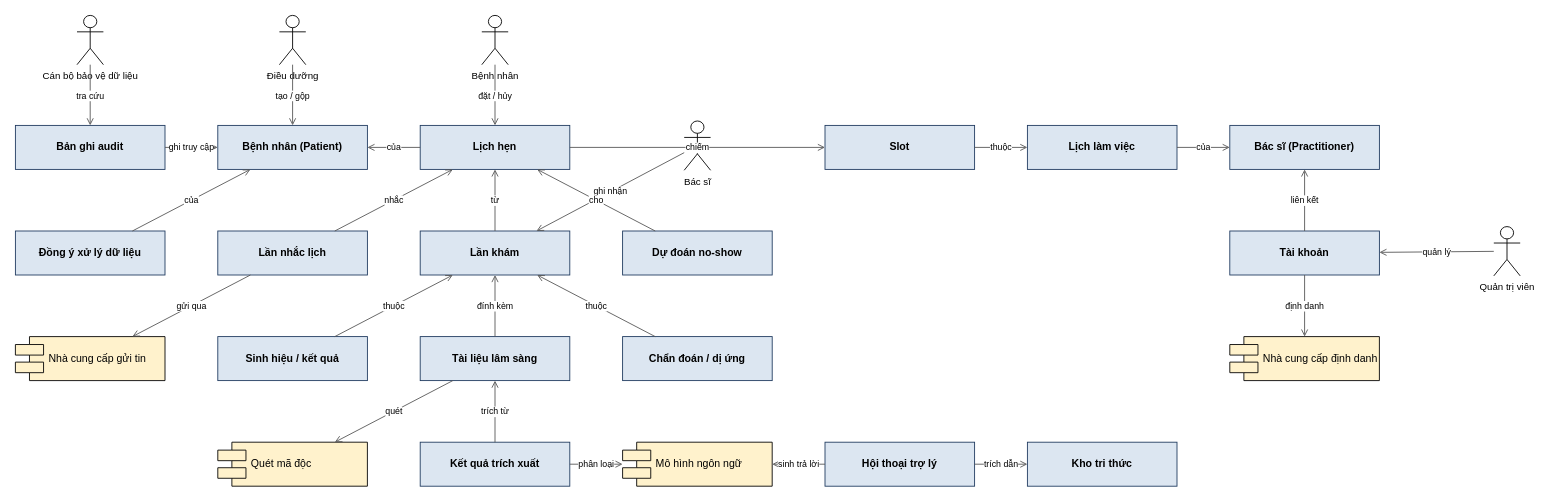
The draw.io diagram docs/02-requirements/srs/dist/diagrams/01-object-relationship.drawio in viethung12062005/smart-hospital-platform, before the edit. Source tidied: cells renumbered, new cells numbered last; positions are measured from the earlier drawing's top-left corner, leaving out a move shared by most shapes. Both pictures are drawn from the tidied source at 88%, with x=0, y=0 at pixel (15, 15).
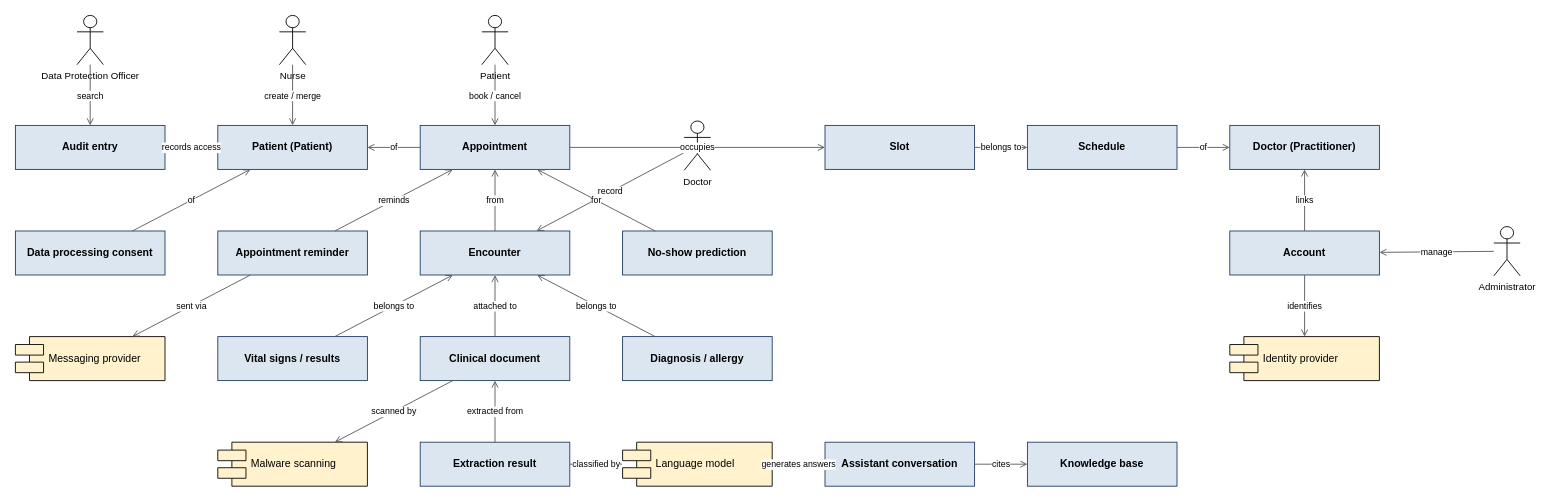
The same diagram, later.

The change refers to these unchanged cells:
```xml
<mxCell id="10" value="Slot" style="rounded=0;whiteSpace=wrap;html=1;fillColor=#DCE6F1;strokeColor=#1F3A5F;fontStyle=1;" parent="1" vertex="1">
  <mxGeometry x="920" y="125" width="170" height="50" as="geometry" />
</mxCell>
```

Diff of the diagram source:
```diff
@@
-    <mxCell id="2" value="Cán bộ bảo vệ dữ liệu" style="shape=umlActor;verticalLabelPosition=bottom;verticalAlign=top;html=1;outlineConnect=0;fontSize=11;" parent="1" vertex="1">
+    <mxCell id="2" value="Data Protection Officer" style="shape=umlActor;verticalLabelPosition=bottom;verticalAlign=top;html=1;outlineConnect=0;fontSize=11;" parent="1" vertex="1">
       <mxGeometry x="70" width="30" height="56" as="geometry" />
     </mxCell>
-    <mxCell id="3" value="Điều dưỡng" style="shape=umlActor;verticalLabelPosition=bottom;verticalAlign=top;html=1;outlineConnect=0;fontSize=11;" parent="1" vertex="1">
+    <mxCell id="3" value="Nurse" style="shape=umlActor;verticalLabelPosition=bottom;verticalAlign=top;html=1;outlineConnect=0;fontSize=11;" parent="1" vertex="1">
       <mxGeometry x="300" width="30" height="56" as="geometry" />
     </mxCell>
-    <mxCell id="4" value="Bệnh nhân" style="shape=umlActor;verticalLabelPosition=bottom;verticalAlign=top;html=1;outlineConnect=0;fontSize=11;" parent="1" vertex="1">
+    <mxCell id="4" value="Patient" style="shape=umlActor;verticalLabelPosition=bottom;verticalAlign=top;html=1;outlineConnect=0;fontSize=11;" parent="1" vertex="1">
       <mxGeometry x="530" width="30" height="56" as="geometry" />
     </mxCell>
-    <mxCell id="5" value="Bác sĩ" style="shape=umlActor;verticalLabelPosition=bottom;verticalAlign=top;html=1;outlineConnect=0;fontSize=11;" parent="1" vertex="1">
+    <mxCell id="5" value="Doctor" style="shape=umlActor;verticalLabelPosition=bottom;verticalAlign=top;html=1;outlineConnect=0;fontSize=11;" parent="1" vertex="1">
       <mxGeometry x="760" y="120" width="30" height="56" as="geometry" />
     </mxCell>
-    <mxCell id="6" value="Quản trị viên" style="shape=umlActor;verticalLabelPosition=bottom;verticalAlign=top;html=1;outlineConnect=0;fontSize=11;" parent="1" vertex="1">
+    <mxCell id="6" value="Administrator" style="shape=umlActor;verticalLabelPosition=bottom;verticalAlign=top;html=1;outlineConnect=0;fontSize=11;" parent="1" vertex="1">
       <mxGeometry x="1680" y="240" width="30" height="56" as="geometry" />
     </mxCell>
-    <mxCell id="7" value="Bản ghi audit" style="rounded=0;whiteSpace=wrap;html=1;fillColor=#DCE6F1;strokeColor=#1F3A5F;fontStyle=1;" parent="1" vertex="1">
+    <mxCell id="7" value="Audit entry" style="rounded=0;whiteSpace=wrap;html=1;fillColor=#DCE6F1;strokeColor=#1F3A5F;fontStyle=1;" parent="1" vertex="1">
       <mxGeometry y="125" width="170" height="50" as="geometry" />
     </mxCell>
-    <mxCell id="8" value="Bệnh nhân (Patient)" style="rounded=0;whiteSpace=wrap;html=1;fillColor=#DCE6F1;strokeColor=#1F3A5F;fontStyle=1;" parent="1" vertex="1">
+    <mxCell id="8" value="Patient (Patient)" style="rounded=0;whiteSpace=wrap;html=1;fillColor=#DCE6F1;strokeColor=#1F3A5F;fontStyle=1;" parent="1" vertex="1">
       <mxGeometry x="230" y="125" width="170" height="50" as="geometry" />
     </mxCell>
-    <mxCell id="9" value="Lịch hẹn" style="rounded=0;whiteSpace=wrap;html=1;fillColor=#DCE6F1;strokeColor=#1F3A5F;fontStyle=1;" parent="1" vertex="1">
+    <mxCell id="9" value="Appointment" style="rounded=0;whiteSpace=wrap;html=1;fillColor=#DCE6F1;strokeColor=#1F3A5F;fontStyle=1;" parent="1" vertex="1">
       <mxGeometry x="460" y="125" width="170" height="50" as="geometry" />
     </mxCell>
@@
-    <mxCell id="11" value="Lịch làm việc" style="rounded=0;whiteSpace=wrap;html=1;fillColor=#DCE6F1;strokeColor=#1F3A5F;fontStyle=1;" parent="1" vertex="1">
+    <mxCell id="11" value="Schedule" style="rounded=0;whiteSpace=wrap;html=1;fillColor=#DCE6F1;strokeColor=#1F3A5F;fontStyle=1;" parent="1" vertex="1">
       <mxGeometry x="1150" y="125" width="170" height="50" as="geometry" />
     </mxCell>
-    <mxCell id="12" value="Bác sĩ (Practitioner)" style="rounded=0;whiteSpace=wrap;html=1;fillColor=#DCE6F1;strokeColor=#1F3A5F;fontStyle=1;" parent="1" vertex="1">
+    <mxCell id="12" value="Doctor (Practitioner)" style="rounded=0;whiteSpace=wrap;html=1;fillColor=#DCE6F1;strokeColor=#1F3A5F;fontStyle=1;" parent="1" vertex="1">
       <mxGeometry x="1380" y="125" width="170" height="50" as="geometry" />
     </mxCell>
-    <mxCell id="13" value="Đồng ý xử lý dữ liệu" style="rounded=0;whiteSpace=wrap;html=1;fillColor=#DCE6F1;strokeColor=#1F3A5F;fontStyle=1;" parent="1" vertex="1">
+    <mxCell id="13" value="Data processing consent" style="rounded=0;whiteSpace=wrap;html=1;fillColor=#DCE6F1;strokeColor=#1F3A5F;fontStyle=1;" parent="1" vertex="1">
       <mxGeometry y="245" width="170" height="50" as="geometry" />
     </mxCell>
-    <mxCell id="14" value="Lần nhắc lịch" style="rounded=0;whiteSpace=wrap;html=1;fillColor=#DCE6F1;strokeColor=#1F3A5F;fontStyle=1;" parent="1" vertex="1">
+    <mxCell id="14" value="Appointment reminder" style="rounded=0;whiteSpace=wrap;html=1;fillColor=#DCE6F1;strokeColor=#1F3A5F;fontStyle=1;" parent="1" vertex="1">
       <mxGeometry x="230" y="245" width="170" height="50" as="geometry" />
     </mxCell>
-    <mxCell id="15" value="Lần khám" style="rounded=0;whiteSpace=wrap;html=1;fillColor=#DCE6F1;strokeColor=#1F3A5F;fontStyle=1;" parent="1" vertex="1">
+    <mxCell id="15" value="Encounter" style="rounded=0;whiteSpace=wrap;html=1;fillColor=#DCE6F1;strokeColor=#1F3A5F;fontStyle=1;" parent="1" vertex="1">
       <mxGeometry x="460" y="245" width="170" height="50" as="geometry" />
     </mxCell>
-    <mxCell id="16" value="Dự đoán no-show" style="rounded=0;whiteSpace=wrap;html=1;fillColor=#DCE6F1;strokeColor=#1F3A5F;fontStyle=1;" parent="1" vertex="1">
+    <mxCell id="16" value="No-show prediction" style="rounded=0;whiteSpace=wrap;html=1;fillColor=#DCE6F1;strokeColor=#1F3A5F;fontStyle=1;" parent="1" vertex="1">
       <mxGeometry x="690" y="245" width="170" height="50" as="geometry" />
     </mxCell>
-    <mxCell id="17" value="Tài khoản" style="rounded=0;whiteSpace=wrap;html=1;fillColor=#DCE6F1;strokeColor=#1F3A5F;fontStyle=1;" parent="1" vertex="1">
+    <mxCell id="17" value="Account" style="rounded=0;whiteSpace=wrap;html=1;fillColor=#DCE6F1;strokeColor=#1F3A5F;fontStyle=1;" parent="1" vertex="1">
       <mxGeometry x="1380" y="245" width="170" height="50" as="geometry" />
     </mxCell>
-    <mxCell id="18" value="Nhà cung cấp gửi tin" style="shape=component;align=left;spacingLeft=36;whiteSpace=wrap;html=1;fillColor=#FFF2CC;" parent="1" vertex="1">
+    <mxCell id="18" value="Messaging provider" style="shape=component;align=left;spacingLeft=36;whiteSpace=wrap;html=1;fillColor=#FFF2CC;" parent="1" vertex="1">
       <mxGeometry y="365" width="170" height="50" as="geometry" />
     </mxCell>
-    <mxCell id="19" value="Sinh hiệu / kết quả" style="rounded=0;whiteSpace=wrap;html=1;fillColor=#DCE6F1;strokeColor=#1F3A5F;fontStyle=1;" parent="1" vertex="1">
+    <mxCell id="19" value="Vital signs / results" style="rounded=0;whiteSpace=wrap;html=1;fillColor=#DCE6F1;strokeColor=#1F3A5F;fontStyle=1;" parent="1" vertex="1">
       <mxGeometry x="230" y="365" width="170" height="50" as="geometry" />
     </mxCell>
-    <mxCell id="20" value="Tài liệu lâm sàng" style="rounded=0;whiteSpace=wrap;html=1;fillColor=#DCE6F1;strokeColor=#1F3A5F;fontStyle=1;" parent="1" vertex="1">
+    <mxCell id="20" value="Clinical document" style="rounded=0;whiteSpace=wrap;html=1;fillColor=#DCE6F1;strokeColor=#1F3A5F;fontStyle=1;" parent="1" vertex="1">
       <mxGeometry x="460" y="365" width="170" height="50" as="geometry" />
     </mxCell>
-    <mxCell id="21" value="Chẩn đoán / dị ứng" style="rounded=0;whiteSpace=wrap;html=1;fillColor=#DCE6F1;strokeColor=#1F3A5F;fontStyle=1;" parent="1" vertex="1">
+    <mxCell id="21" value="Diagnosis / allergy" style="rounded=0;whiteSpace=wrap;html=1;fillColor=#DCE6F1;strokeColor=#1F3A5F;fontStyle=1;" parent="1" vertex="1">
       <mxGeometry x="690" y="365" width="170" height="50" as="geometry" />
     </mxCell>
-    <mxCell id="22" value="Nhà cung cấp định danh" style="shape=component;align=left;spacingLeft=36;whiteSpace=wrap;html=1;fillColor=#FFF2CC;" parent="1" vertex="1">
+    <mxCell id="22" value="Identity provider" style="shape=component;align=left;spacingLeft=36;whiteSpace=wrap;html=1;fillColor=#FFF2CC;" parent="1" vertex="1">
       <mxGeometry x="1380" y="365" width="170" height="50" as="geometry" />
     </mxCell>
-    <mxCell id="23" value="Quét mã độc" style="shape=component;align=left;spacingLeft=36;whiteSpace=wrap;html=1;fillColor=#FFF2CC;" parent="1" vertex="1">
+    <mxCell id="23" value="Malware scanning" style="shape=component;align=left;spacingLeft=36;whiteSpace=wrap;html=1;fillColor=#FFF2CC;" parent="1" vertex="1">
       <mxGeometry x="230" y="485" width="170" height="50" as="geometry" />
     </mxCell>
-    <mxCell id="24" value="Kết quả trích xuất" style="rounded=0;whiteSpace=wrap;html=1;fillColor=#DCE6F1;strokeColor=#1F3A5F;fontStyle=1;" parent="1" vertex="1">
+    <mxCell id="24" value="Extraction result" style="rounded=0;whiteSpace=wrap;html=1;fillColor=#DCE6F1;strokeColor=#1F3A5F;fontStyle=1;" parent="1" vertex="1">
       <mxGeometry x="460" y="485" width="170" height="50" as="geometry" />
     </mxCell>
-    <mxCell id="25" value="Mô hình ngôn ngữ" style="shape=component;align=left;spacingLeft=36;whiteSpace=wrap;html=1;fillColor=#FFF2CC;" parent="1" vertex="1">
+    <mxCell id="25" value="Language model" style="shape=component;align=left;spacingLeft=36;whiteSpace=wrap;html=1;fillColor=#FFF2CC;" parent="1" vertex="1">
       <mxGeometry x="690" y="485" width="170" height="50" as="geometry" />
     </mxCell>
-    <mxCell id="26" value="Hội thoại trợ lý" style="rounded=0;whiteSpace=wrap;html=1;fillColor=#DCE6F1;strokeColor=#1F3A5F;fontStyle=1;" parent="1" vertex="1">
+    <mxCell id="26" value="Assistant conversation" style="rounded=0;whiteSpace=wrap;html=1;fillColor=#DCE6F1;strokeColor=#1F3A5F;fontStyle=1;" parent="1" vertex="1">
       <mxGeometry x="920" y="485" width="170" height="50" as="geometry" />
     </mxCell>
-    <mxCell id="27" value="Kho tri thức" style="rounded=0;whiteSpace=wrap;html=1;fillColor=#DCE6F1;strokeColor=#1F3A5F;fontStyle=1;" parent="1" vertex="1">
+    <mxCell id="27" value="Knowledge base" style="rounded=0;whiteSpace=wrap;html=1;fillColor=#DCE6F1;strokeColor=#1F3A5F;fontStyle=1;" parent="1" vertex="1">
       <mxGeometry x="1150" y="485" width="170" height="50" as="geometry" />
     </mxCell>
-    <mxCell id="28" value="đặt / hủy" style="endArrow=open;html=1;rounded=0;fontSize=10;labelBackgroundColor=#FFFFFF;strokeColor=#555555;" parent="1" edge="1" source="4" target="9">
+    <mxCell id="28" value="book / cancel" style="endArrow=open;html=1;rounded=0;fontSize=10;labelBackgroundColor=#FFFFFF;strokeColor=#555555;" parent="1" edge="1" source="4" target="9">
       <mxGeometry relative="1" as="geometry" />
     </mxCell>
-    <mxCell id="29" value="tạo / gộp" style="endArrow=open;html=1;rounded=0;fontSize=10;labelBackgroundColor=#FFFFFF;strokeColor=#555555;" parent="1" edge="1" source="3" target="8">
+    <mxCell id="29" value="create / merge" style="endArrow=open;html=1;rounded=0;fontSize=10;labelBackgroundColor=#FFFFFF;strokeColor=#555555;" parent="1" edge="1" source="3" target="8">
       <mxGeometry relative="1" as="geometry" />
     </mxCell>
-    <mxCell id="30" value="ghi nhận" style="endArrow=open;html=1;rounded=0;fontSize=10;labelBackgroundColor=#FFFFFF;strokeColor=#555555;" parent="1" edge="1" source="5" target="15">
+    <mxCell id="30" value="record" style="endArrow=open;html=1;rounded=0;fontSize=10;labelBackgroundColor=#FFFFFF;strokeColor=#555555;" parent="1" edge="1" source="5" target="15">
       <mxGeometry relative="1" as="geometry" />
     </mxCell>
-    <mxCell id="31" value="quản lý" style="endArrow=open;html=1;rounded=0;fontSize=10;labelBackgroundColor=#FFFFFF;strokeColor=#555555;" parent="1" edge="1" source="6" target="17">
+    <mxCell id="31" value="manage" style="endArrow=open;html=1;rounded=0;fontSize=10;labelBackgroundColor=#FFFFFF;strokeColor=#555555;" parent="1" edge="1" source="6" target="17">
       <mxGeometry relative="1" as="geometry" />
     </mxCell>
-    <mxCell id="32" value="tra cứu" style="endArrow=open;html=1;rounded=0;fontSize=10;labelBackgroundColor=#FFFFFF;strokeColor=#555555;" parent="1" edge="1" source="2" target="7">
+    <mxCell id="32" value="search" style="endArrow=open;html=1;rounded=0;fontSize=10;labelBackgroundColor=#FFFFFF;strokeColor=#555555;" parent="1" edge="1" source="2" target="7">
       <mxGeometry relative="1" as="geometry" />
     </mxCell>
-    <mxCell id="33" value="của" style="endArrow=open;html=1;rounded=0;fontSize=10;labelBackgroundColor=#FFFFFF;strokeColor=#555555;" parent="1" edge="1" source="9" target="8">
+    <mxCell id="33" value="of" style="endArrow=open;html=1;rounded=0;fontSize=10;labelBackgroundColor=#FFFFFF;strokeColor=#555555;" parent="1" edge="1" source="9" target="8">
       <mxGeometry relative="1" as="geometry" />
     </mxCell>
-    <mxCell id="34" value="chiếm" style="endArrow=open;html=1;rounded=0;fontSize=10;labelBackgroundColor=#FFFFFF;strokeColor=#555555;" parent="1" edge="1" source="9" target="10">
+    <mxCell id="34" value="occupies" style="endArrow=open;html=1;rounded=0;fontSize=10;labelBackgroundColor=#FFFFFF;strokeColor=#555555;" parent="1" edge="1" source="9" target="10">
       <mxGeometry relative="1" as="geometry" />
     </mxCell>
-    <mxCell id="35" value="thuộc" style="endArrow=open;html=1;rounded=0;fontSize=10;labelBackgroundColor=#FFFFFF;strokeColor=#555555;" parent="1" edge="1" source="10" target="11">
+    <mxCell id="35" value="belongs to" style="endArrow=open;html=1;rounded=0;fontSize=10;labelBackgroundColor=#FFFFFF;strokeColor=#555555;" parent="1" edge="1" source="10" target="11">
       <mxGeometry relative="1" as="geometry" />
     </mxCell>
-    <mxCell id="36" value="của" style="endArrow=open;html=1;rounded=0;fontSize=10;labelBackgroundColor=#FFFFFF;strokeColor=#555555;" parent="1" edge="1" source="11" target="12">
+    <mxCell id="36" value="of" style="endArrow=open;html=1;rounded=0;fontSize=10;labelBackgroundColor=#FFFFFF;strokeColor=#555555;" parent="1" edge="1" source="11" target="12">
       <mxGeometry relative="1" as="geometry" />
     </mxCell>
-    <mxCell id="37" value="của" style="endArrow=open;html=1;rounded=0;fontSize=10;labelBackgroundColor=#FFFFFF;strokeColor=#555555;" parent="1" edge="1" source="13" target="8">
+    <mxCell id="37" value="of" style="endArrow=open;html=1;rounded=0;fontSize=10;labelBackgroundColor=#FFFFFF;strokeColor=#555555;" parent="1" edge="1" source="13" target="8">
       <mxGeometry relative="1" as="geometry" />
     </mxCell>
-    <mxCell id="38" value="từ" style="endArrow=open;html=1;rounded=0;fontSize=10;labelBackgroundColor=#FFFFFF;strokeColor=#555555;" parent="1" edge="1" source="15" target="9">
+    <mxCell id="38" value="from" style="endArrow=open;html=1;rounded=0;fontSize=10;labelBackgroundColor=#FFFFFF;strokeColor=#555555;" parent="1" edge="1" source="15" target="9">
       <mxGeometry relative="1" as="geometry" />
     </mxCell>
-    <mxCell id="39" value="thuộc" style="endArrow=open;html=1;rounded=0;fontSize=10;labelBackgroundColor=#FFFFFF;strokeColor=#555555;" parent="1" edge="1" source="19" target="15">
+    <mxCell id="39" value="belongs to" style="endArrow=open;html=1;rounded=0;fontSize=10;labelBackgroundColor=#FFFFFF;strokeColor=#555555;" parent="1" edge="1" source="19" target="15">
       <mxGeometry relative="1" as="geometry" />
     </mxCell>
-    <mxCell id="40" value="thuộc" style="endArrow=open;html=1;rounded=0;fontSize=10;labelBackgroundColor=#FFFFFF;strokeColor=#555555;" parent="1" edge="1" source="21" target="15">
+    <mxCell id="40" value="belongs to" style="endArrow=open;html=1;rounded=0;fontSize=10;labelBackgroundColor=#FFFFFF;strokeColor=#555555;" parent="1" edge="1" source="21" target="15">
       <mxGeometry relative="1" as="geometry" />
     </mxCell>
-    <mxCell id="41" value="liên kết" style="endArrow=open;html=1;rounded=0;fontSize=10;labelBackgroundColor=#FFFFFF;strokeColor=#555555;" parent="1" edge="1" source="17" target="12">
+    <mxCell id="41" value="links" style="endArrow=open;html=1;rounded=0;fontSize=10;labelBackgroundColor=#FFFFFF;strokeColor=#555555;" parent="1" edge="1" source="17" target="12">
       <mxGeometry relative="1" as="geometry" />
     </mxCell>
-    <mxCell id="42" value="định danh" style="endArrow=open;html=1;rounded=0;fontSize=10;labelBackgroundColor=#FFFFFF;strokeColor=#555555;" parent="1" edge="1" source="17" target="22">
+    <mxCell id="42" value="identifies" style="endArrow=open;html=1;rounded=0;fontSize=10;labelBackgroundColor=#FFFFFF;strokeColor=#555555;" parent="1" edge="1" source="17" target="22">
       <mxGeometry relative="1" as="geometry" />
     </mxCell>
-    <mxCell id="43" value="nhắc" style="endArrow=open;html=1;rounded=0;fontSize=10;labelBackgroundColor=#FFFFFF;strokeColor=#555555;" parent="1" edge="1" source="14" target="9">
+    <mxCell id="43" value="reminds" style="endArrow=open;html=1;rounded=0;fontSize=10;labelBackgroundColor=#FFFFFF;strokeColor=#555555;" parent="1" edge="1" source="14" target="9">
       <mxGeometry relative="1" as="geometry" />
     </mxCell>
-    <mxCell id="44" value="gửi qua" style="endArrow=open;html=1;rounded=0;fontSize=10;labelBackgroundColor=#FFFFFF;strokeColor=#555555;" parent="1" edge="1" source="14" target="18">
+    <mxCell id="44" value="sent via" style="endArrow=open;html=1;rounded=0;fontSize=10;labelBackgroundColor=#FFFFFF;strokeColor=#555555;" parent="1" edge="1" source="14" target="18">
       <mxGeometry relative="1" as="geometry" />
     </mxCell>
-    <mxCell id="45" value="đính kèm" style="endArrow=open;html=1;rounded=0;fontSize=10;labelBackgroundColor=#FFFFFF;strokeColor=#555555;" parent="1" edge="1" source="20" target="15">
+    <mxCell id="45" value="attached to" style="endArrow=open;html=1;rounded=0;fontSize=10;labelBackgroundColor=#FFFFFF;strokeColor=#555555;" parent="1" edge="1" source="20" target="15">
       <mxGeometry relative="1" as="geometry" />
     </mxCell>
-    <mxCell id="46" value="quét" style="endArrow=open;html=1;rounded=0;fontSize=10;labelBackgroundColor=#FFFFFF;strokeColor=#555555;" parent="1" edge="1" source="20" target="23">
+    <mxCell id="46" value="scanned by" style="endArrow=open;html=1;rounded=0;fontSize=10;labelBackgroundColor=#FFFFFF;strokeColor=#555555;" parent="1" edge="1" source="20" target="23">
       <mxGeometry relative="1" as="geometry" />
     </mxCell>
-    <mxCell id="47" value="trích từ" style="endArrow=open;html=1;rounded=0;fontSize=10;labelBackgroundColor=#FFFFFF;strokeColor=#555555;" parent="1" edge="1" source="24" target="20">
+    <mxCell id="47" value="extracted from" style="endArrow=open;html=1;rounded=0;fontSize=10;labelBackgroundColor=#FFFFFF;strokeColor=#555555;" parent="1" edge="1" source="24" target="20">
       <mxGeometry relative="1" as="geometry" />
     </mxCell>
-    <mxCell id="48" value="phân loại" style="endArrow=open;html=1;rounded=0;fontSize=10;labelBackgroundColor=#FFFFFF;strokeColor=#555555;" parent="1" edge="1" source="24" target="25">
+    <mxCell id="48" value="classified by" style="endArrow=open;html=1;rounded=0;fontSize=10;labelBackgroundColor=#FFFFFF;strokeColor=#555555;" parent="1" edge="1" source="24" target="25">
       <mxGeometry relative="1" as="geometry" />
     </mxCell>
-    <mxCell id="49" value="cho" style="endArrow=open;html=1;rounded=0;fontSize=10;labelBackgroundColor=#FFFFFF;strokeColor=#555555;" parent="1" edge="1" source="16" target="9">
+    <mxCell id="49" value="for" style="endArrow=open;html=1;rounded=0;fontSize=10;labelBackgroundColor=#FFFFFF;strokeColor=#555555;" parent="1" edge="1" source="16" target="9">
       <mxGeometry relative="1" as="geometry" />
     </mxCell>
-    <mxCell id="50" value="ghi truy cập" style="endArrow=open;html=1;rounded=0;fontSize=10;labelBackgroundColor=#FFFFFF;strokeColor=#555555;" parent="1" edge="1" source="7" target="8">
+    <mxCell id="50" value="records access" style="endArrow=open;html=1;rounded=0;fontSize=10;labelBackgroundColor=#FFFFFF;strokeColor=#555555;" parent="1" edge="1" source="7" target="8">
       <mxGeometry relative="1" as="geometry" />
     </mxCell>
-    <mxCell id="51" value="sinh trả lời" style="endArrow=open;html=1;rounded=0;fontSize=10;labelBackgroundColor=#FFFFFF;strokeColor=#555555;" parent="1" edge="1" source="26" target="25">
+    <mxCell id="51" value="generates answers" style="endArrow=open;html=1;rounded=0;fontSize=10;labelBackgroundColor=#FFFFFF;strokeColor=#555555;" parent="1" edge="1" source="26" target="25">
       <mxGeometry relative="1" as="geometry" />
     </mxCell>
-    <mxCell id="52" value="trích dẫn" style="endArrow=open;html=1;rounded=0;fontSize=10;labelBackgroundColor=#FFFFFF;strokeColor=#555555;" parent="1" edge="1" source="26" target="27">
+    <mxCell id="52" value="cites" style="endArrow=open;html=1;rounded=0;fontSize=10;labelBackgroundColor=#FFFFFF;strokeColor=#555555;" parent="1" edge="1" source="26" target="27">
       <mxGeometry relative="1" as="geometry" />
     </mxCell>
```
